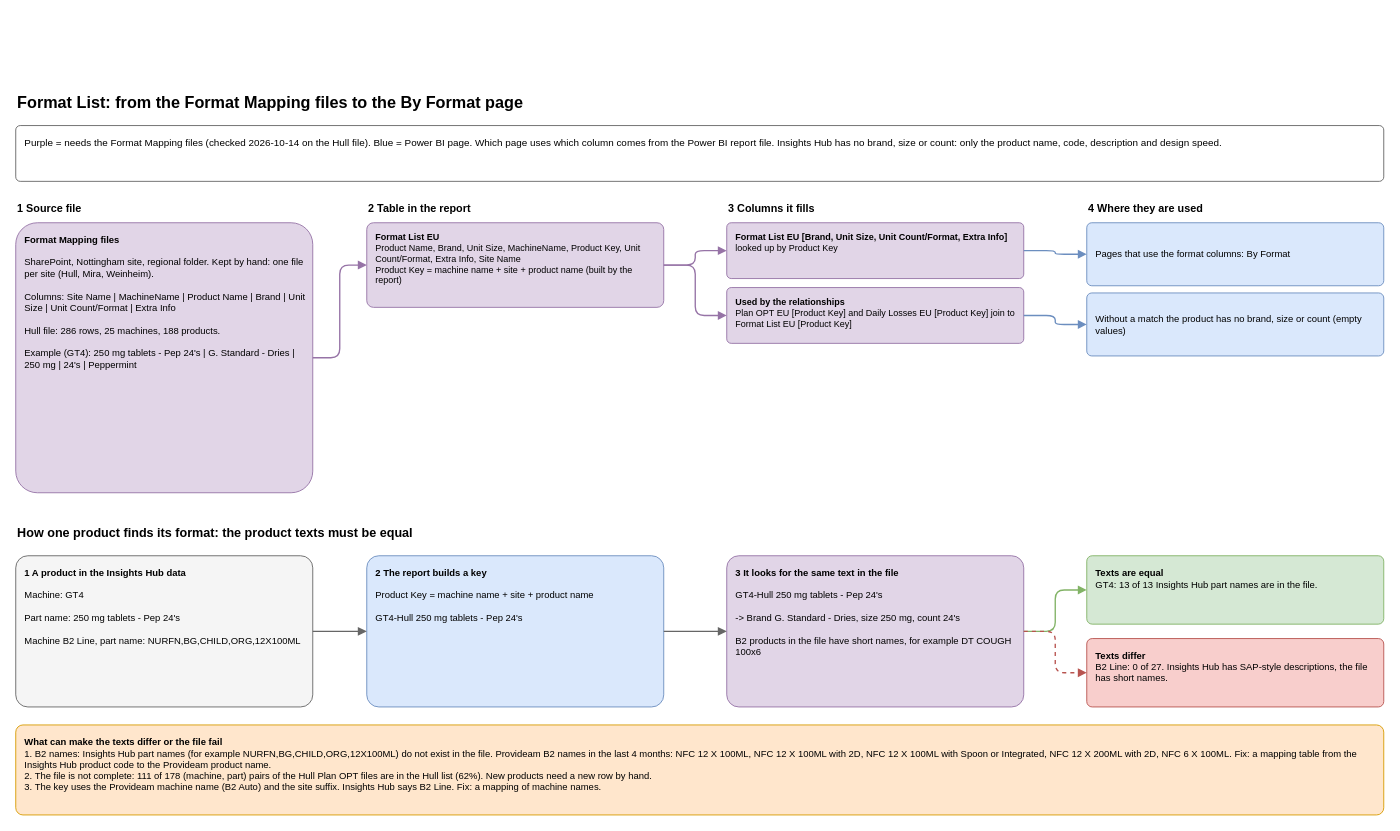
This is page "Background: Format List" (15 of 21) of diagrams/site-dashboards-map.drawio from AbiyyuMufti/SIH-IBMX-R, a draw.io file, before an edit. Source tidied: cells renumbered, new cells numbered last; positions are measured from the earlier drawing's top-left corner, leaving out a move shared by most shapes. Both pictures are drawn from the tidied source at 90%, with x=0, y=0 at pixel (15, 87).
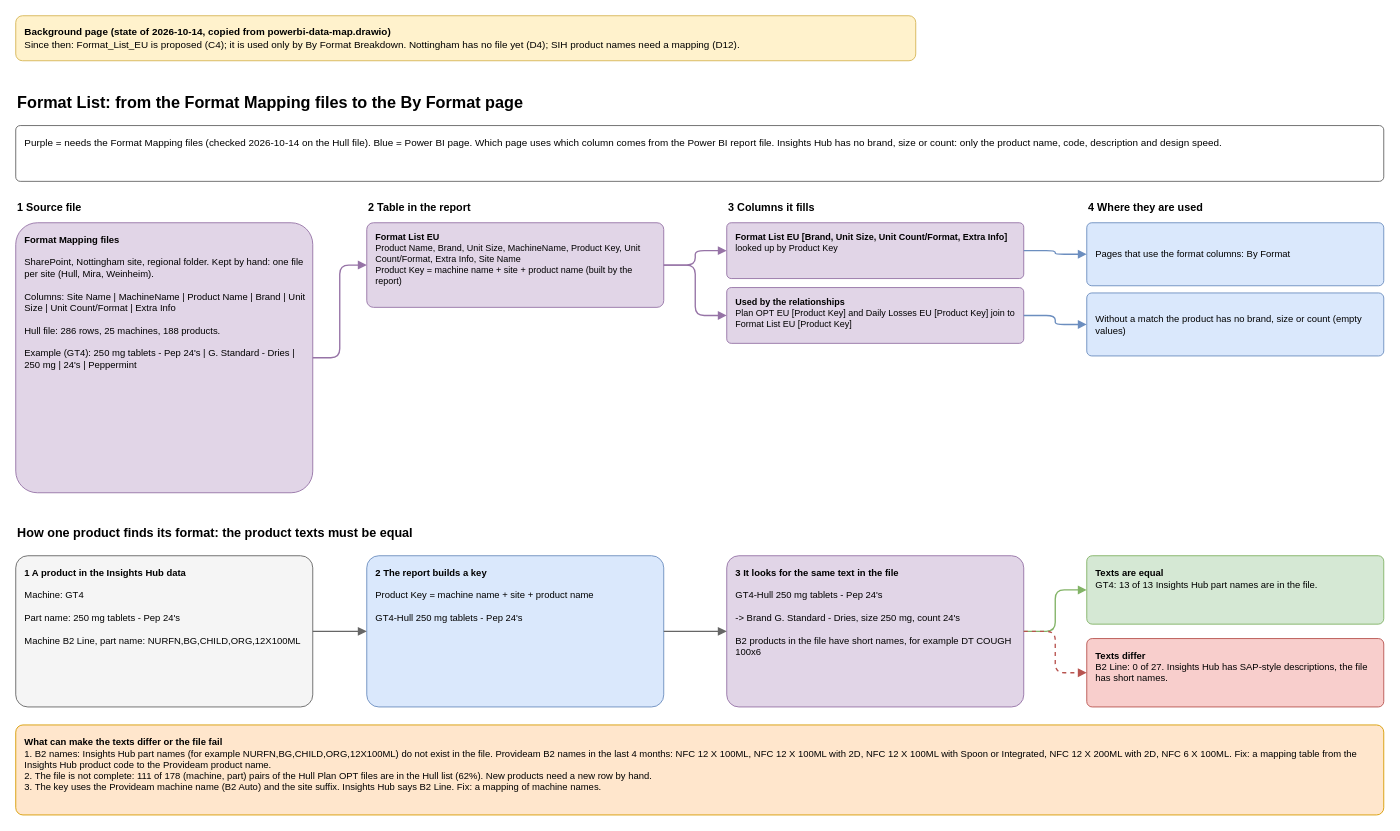
Above is the later version.

The edit, as a diff of the source:
```diff
@@
+    <mxCell id="30" value="&lt;b&gt;Background page (state of 2026-10-14, copied from powerbi-data-map.drawio)&lt;/b&gt;&lt;br&gt;Since then: Format_List_EU is proposed (C4); it is used only by By Format Breakdown. Nottingham has no file yet (D4); SIH product names need a mapping (D12)." style="rounded=1;whiteSpace=wrap;html=1;align=left;verticalAlign=middle;spacingLeft=8;fontSize=11;fillColor=#fff2cc;strokeColor=#d6b656;" parent="1" vertex="1">
+      <mxGeometry y="-80" width="1000" height="50" as="geometry" />
+    </mxCell>
```
